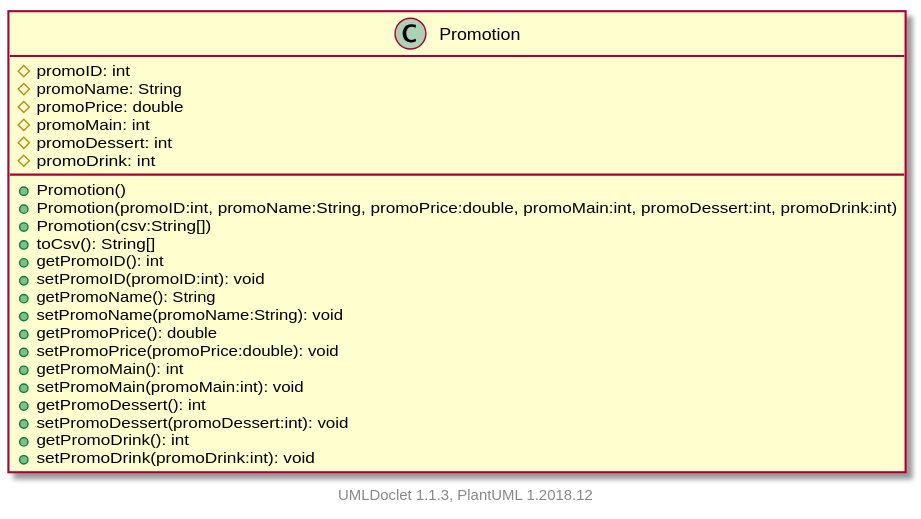
itachi1706/How-to-use-Git-NTUSCSE1819-Site keeps this PlantUML diagram as projects/oodp/html/umlversion/uml/sg.edu.ntu.scse.cz2002.objects.menuitem.Promotion.svg. Above is the earlier version.
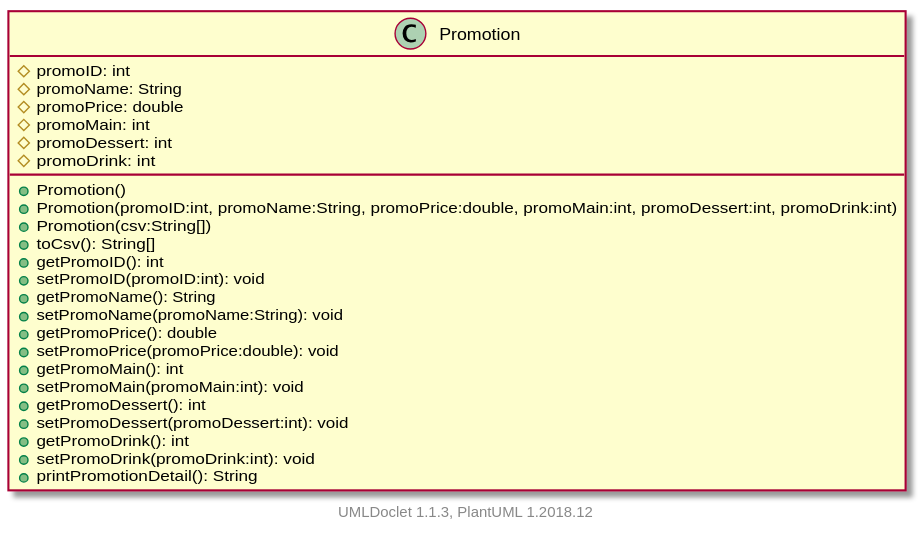
After the commit.

The edit, as a diff of the source:
```diff
@@ -23,6 +23,7 @@
         +setPromoDessert(promoDessert:int): void
         +getPromoDrink(): int
         +setPromoDrink(promoDrink:int): void
+        +printPromotionDetail(): String
     }
 
 
```
